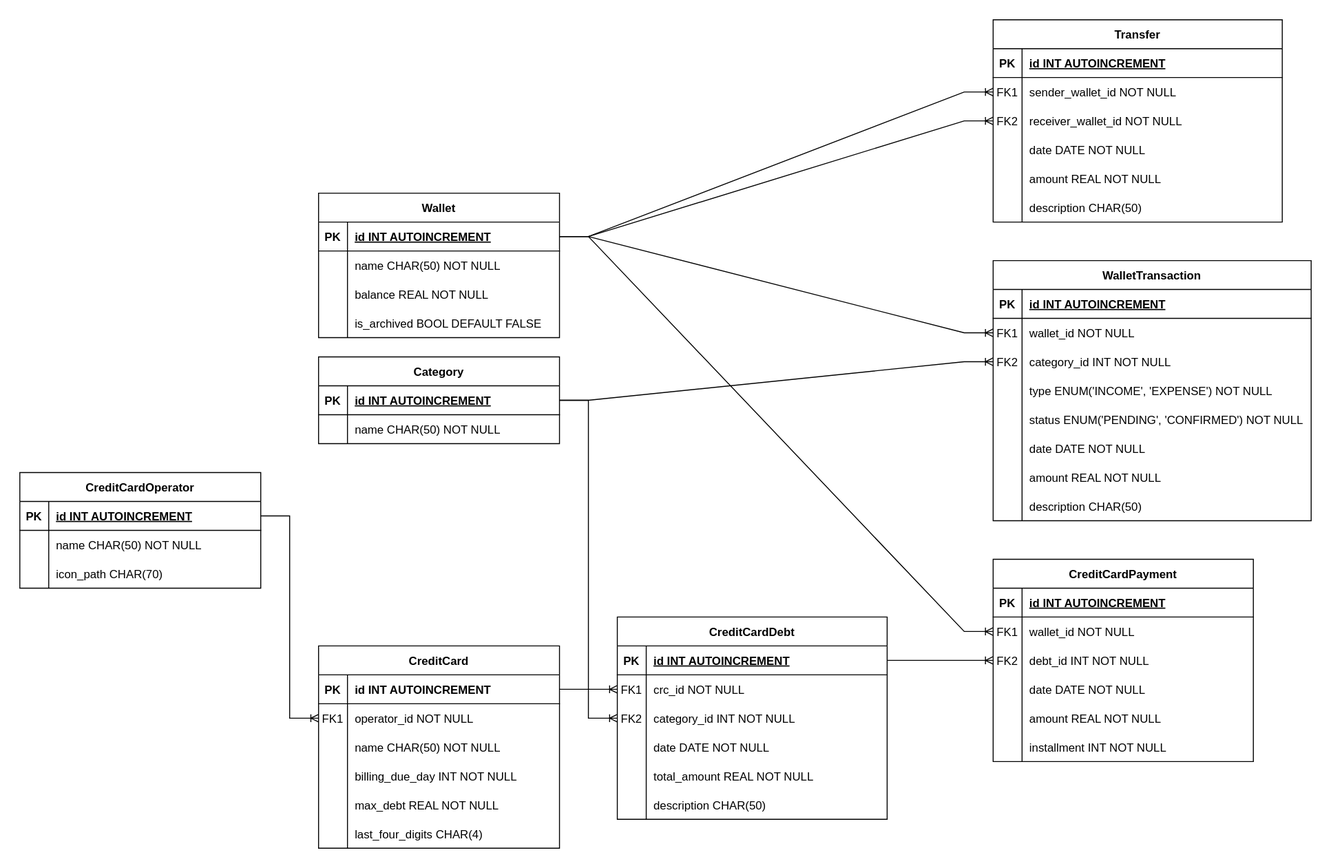
Above: docs/db_model.svg in luk3rr/MY_MONEY (draw.io), before the change. Source tidied: cells renumbered, new cells last; positions are measured from the earlier drawing's top-left corner, leaving out a move shared by most shapes.
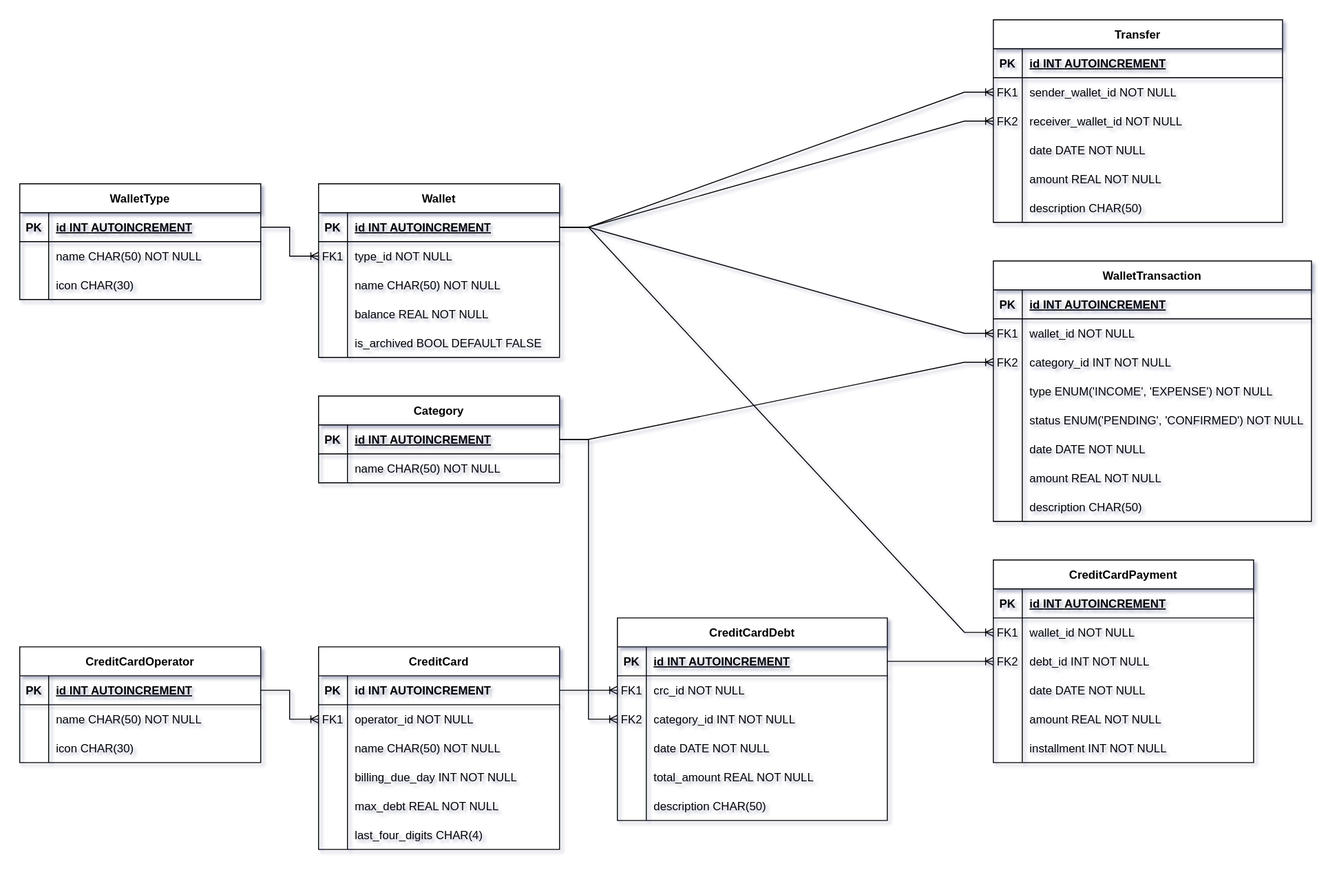
After the commit.

What changed in the source:
```diff
@@ -135,7 +135,7 @@
       <mxGeometry x="30" width="220" height="30" as="geometry" />
     </mxCell>
     <mxCell id="46" value="Wallet" style="shape=table;startSize=30;rowLines=0;fontStyle=1;align=center;" parent="1" vertex="1">
-      <mxGeometry x="310" y="180" width="250" height="150" as="geometry" />
+      <mxGeometry x="310" y="170" width="250" height="180" as="geometry" />
     </mxCell>
     <mxCell id="47" style="shape=partialRectangle;fillColor=none;points=[[0,0.5],[1,0.5]];portConstraint=eastwest;top=0;left=0;right=0;bottom=1;" parent="46" vertex="1">
       <mxGeometry y="30" width="250" height="30" as="geometry" />
@@ -149,14 +149,23 @@
     <mxCell id="50" style="shape=partialRectangle;fillColor=none;points=[[0,0.5],[1,0.5]];portConstraint=eastwest;top=0;left=0;right=0;bottom=0;" parent="46" vertex="1">
       <mxGeometry y="60" width="250" height="30" as="geometry" />
     </mxCell>
-    <mxCell id="51" style="shape=partialRectangle;overflow=hidden;fillColor=none;top=0;left=0;bottom=0;right=0;" parent="50" vertex="1">
+    <mxCell id="51" value="FK1" style="shape=partialRectangle;overflow=hidden;fillColor=none;top=0;left=0;bottom=0;right=0;" parent="50" vertex="1">
       <mxGeometry width="30" height="30" as="geometry" />
     </mxCell>
-    <mxCell id="52" value="name CHAR(50) NOT NULL" style="shape=partialRectangle;overflow=hidden;fillColor=none;top=0;left=0;bottom=0;right=0;align=left;spacingLeft=6;" parent="50" vertex="1">
+    <mxCell id="52" value="type_id NOT NULL" style="shape=partialRectangle;overflow=hidden;fillColor=none;top=0;left=0;bottom=0;right=0;align=left;spacingLeft=6;" parent="50" vertex="1">
       <mxGeometry x="30" width="220" height="30" as="geometry" />
     </mxCell>
+    <mxCell id="147" style="shape=partialRectangle;fillColor=none;top=0;left=0;right=0;bottom=0;" parent="46" vertex="1">
+      <mxGeometry y="90" width="250" height="30" as="geometry" />
+    </mxCell>
+    <mxCell id="148" style="shape=partialRectangle;overflow=hidden;fillColor=none;top=0;left=0;bottom=0;right=0;" parent="147" vertex="1">
+      <mxGeometry width="30" height="30" as="geometry" />
+    </mxCell>
+    <mxCell id="149" value="name CHAR(50) NOT NULL" style="shape=partialRectangle;overflow=hidden;fillColor=none;top=0;left=0;bottom=0;right=0;align=left;spacingLeft=6;" parent="147" vertex="1">
+      <mxGeometry x="30" width="220" height="30" as="geometry" />
+    </mxCell>
     <mxCell id="53" style="shape=partialRectangle;fillColor=none;top=0;left=0;right=0;bottom=0;" parent="46" vertex="1">
-      <mxGeometry y="90" width="250" height="30" as="geometry" />
+      <mxGeometry y="120" width="250" height="30" as="geometry" />
     </mxCell>
     <mxCell id="54" style="shape=partialRectangle;overflow=hidden;fillColor=none;top=0;left=0;bottom=0;right=0;" parent="53" vertex="1">
       <mxGeometry width="30" height="30" as="geometry" />
@@ -165,7 +174,7 @@
       <mxGeometry x="30" width="220" height="30" as="geometry" />
     </mxCell>
     <mxCell id="56" style="shape=partialRectangle;fillColor=none;top=0;left=0;right=0;bottom=0;" parent="46" vertex="1">
-      <mxGeometry y="120" width="250" height="30" as="geometry" />
+      <mxGeometry y="150" width="250" height="30" as="geometry" />
     </mxCell>
     <mxCell id="57" style="shape=partialRectangle;overflow=hidden;fillColor=none;top=0;left=0;bottom=0;right=0;" parent="56" vertex="1">
       <mxGeometry width="30" height="30" as="geometry" />
@@ -180,7 +189,7 @@
       <mxGeometry width="30" height="30" as="geometry" />
     </mxCell>
     <mxCell id="61" value="Category" style="shape=table;startSize=30;rowLines=0;fontStyle=1;align=center;" parent="1" vertex="1">
-      <mxGeometry x="310" y="350" width="250" height="90" as="geometry" />
+      <mxGeometry x="310" y="390" width="250" height="90" as="geometry" />
     </mxCell>
     <mxCell id="62" style="shape=partialRectangle;fillColor=none;points=[[0,0.5],[1,0.5]];portConstraint=eastwest;top=0;left=0;right=0;bottom=1;" parent="61" vertex="1">
       <mxGeometry y="30" width="250" height="30" as="geometry" />
@@ -407,7 +416,7 @@
       <mxGeometry relative="1" as="geometry" />
     </mxCell>
     <mxCell id="136" value="CreditCardOperator" style="shape=table;startSize=30;rowLines=0;fontStyle=1;align=center;" parent="1" vertex="1">
-      <mxGeometry y="470" width="250" height="120" as="geometry" />
+      <mxGeometry y="650" width="250" height="120" as="geometry" />
     </mxCell>
     <mxCell id="137" style="shape=partialRectangle;fillColor=none;points=[[0,0.5],[1,0.5]];portConstraint=eastwest;top=0;left=0;right=0;bottom=1;" parent="136" vertex="1">
       <mxGeometry y="30" width="250" height="30" as="geometry" />
@@ -433,7 +442,7 @@
     <mxCell id="144" style="shape=partialRectangle;overflow=hidden;fillColor=none;top=0;left=0;bottom=0;right=0;" parent="143" vertex="1">
       <mxGeometry width="30" height="30" as="geometry" />
     </mxCell>
-    <mxCell id="145" value="icon_path CHAR(70)" style="shape=partialRectangle;overflow=hidden;fillColor=none;top=0;left=0;bottom=0;right=0;align=left;spacingLeft=6;" parent="143" vertex="1">
+    <mxCell id="145" value="icon CHAR(30)" style="shape=partialRectangle;overflow=hidden;fillColor=none;top=0;left=0;bottom=0;right=0;align=left;spacingLeft=6;" parent="143" vertex="1">
       <mxGeometry x="30" width="220" height="30" as="geometry" />
     </mxCell>
     <mxCell id="146" style="edgeStyle=entityRelationEdgeStyle;fontSize=12;html=1;endArrow=ERoneToMany;rounded=0;entryX=0;entryY=0.5;entryDx=0;entryDy=0;exitX=1;exitY=0.5;exitDx=0;exitDy=0;" parent="1" edge="1" source="137" target="31">
@@ -448,5 +457,47 @@
         </Array>
       </mxGeometry>
     </mxCell>
+    <mxCell id="150" value="WalletType" style="shape=table;startSize=30;rowLines=0;fontStyle=1;align=center;" parent="1" vertex="1">
+      <mxGeometry y="170" width="250" height="120" as="geometry" />
+    </mxCell>
+    <mxCell id="151" style="shape=partialRectangle;fillColor=none;points=[[0,0.5],[1,0.5]];portConstraint=eastwest;top=0;left=0;right=0;bottom=1;" parent="150" vertex="1">
+      <mxGeometry y="30" width="250" height="30" as="geometry" />
+    </mxCell>
+    <mxCell id="152" value="PK" style="shape=partialRectangle;overflow=hidden;fillColor=none;top=0;left=0;bottom=0;right=0;fontStyle=1;" parent="151" vertex="1">
+      <mxGeometry width="30" height="30" as="geometry" />
+    </mxCell>
+    <mxCell id="153" value="id INT AUTOINCREMENT " style="shape=partialRectangle;overflow=hidden;fillColor=none;top=0;left=0;bottom=0;right=0;align=left;spacingLeft=6;fontStyle=5;" parent="151" vertex="1">
+      <mxGeometry x="30" width="220" height="30" as="geometry" />
+    </mxCell>
+    <mxCell id="154" style="shape=partialRectangle;fillColor=none;top=0;left=0;right=0;bottom=0;" parent="150" vertex="1">
+      <mxGeometry y="60" width="250" height="30" as="geometry" />
+    </mxCell>
+    <mxCell id="155" style="shape=partialRectangle;overflow=hidden;fillColor=none;top=0;left=0;bottom=0;right=0;" parent="154" vertex="1">
+      <mxGeometry width="30" height="30" as="geometry" />
+    </mxCell>
+    <mxCell id="156" value="name CHAR(50) NOT NULL" style="shape=partialRectangle;overflow=hidden;fillColor=none;top=0;left=0;bottom=0;right=0;align=left;spacingLeft=6;" parent="154" vertex="1">
+      <mxGeometry x="30" width="220" height="30" as="geometry" />
+    </mxCell>
+    <mxCell id="157" style="shape=partialRectangle;fillColor=none;top=0;left=0;right=0;bottom=0;" parent="150" vertex="1">
+      <mxGeometry y="90" width="250" height="30" as="geometry" />
+    </mxCell>
+    <mxCell id="158" style="shape=partialRectangle;overflow=hidden;fillColor=none;top=0;left=0;bottom=0;right=0;" parent="157" vertex="1">
+      <mxGeometry width="30" height="30" as="geometry" />
+    </mxCell>
+    <mxCell id="159" value="icon CHAR(30)" style="shape=partialRectangle;overflow=hidden;fillColor=none;top=0;left=0;bottom=0;right=0;align=left;spacingLeft=6;" parent="157" vertex="1">
+      <mxGeometry x="30" width="220" height="30" as="geometry" />
+    </mxCell>
+    <mxCell id="160" style="edgeStyle=entityRelationEdgeStyle;fontSize=12;html=1;endArrow=ERoneToMany;rounded=0;exitX=1;exitY=0.5;exitDx=0;exitDy=0;entryX=0;entryY=0.5;entryDx=0;entryDy=0;" parent="1" edge="1" source="151" target="50">
+      <mxGeometry relative="1" as="geometry">
+        <Array as="points">
+          <mxPoint x="580" y="560" />
+          <mxPoint x="380" y="620" />
+          <mxPoint x="410" y="610" />
+          <mxPoint x="220" y="688" />
+          <mxPoint x="220" y="580" />
+          <mxPoint x="560" y="640" />
+        </Array>
+      </mxGeometry>
+    </mxCell>
   </root>
 </mxGraphModel>
```
